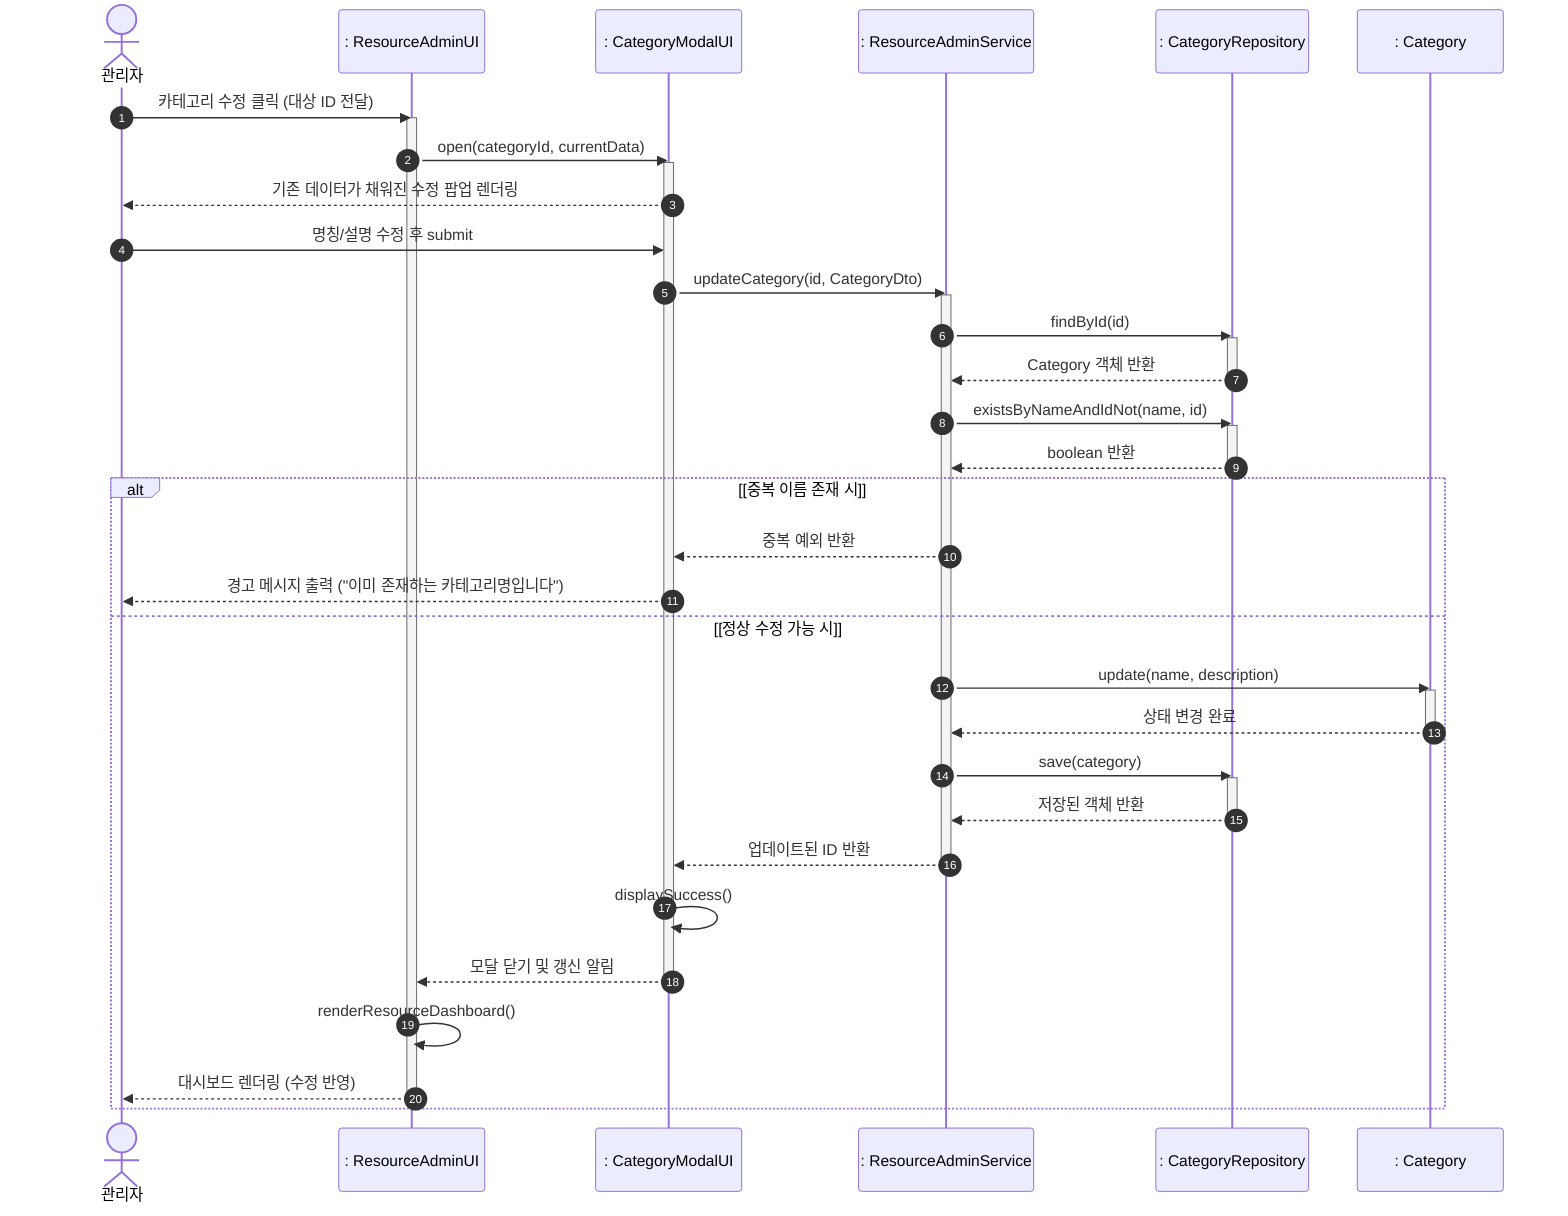
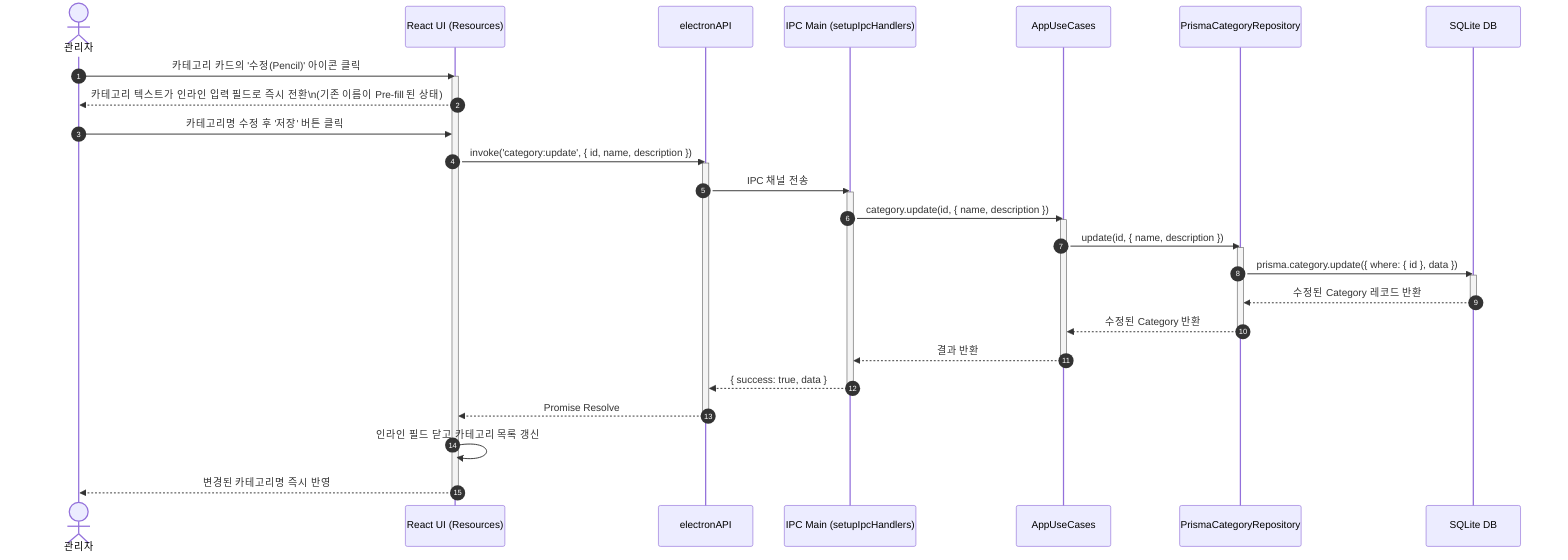
sequenceDiagram
    autonumber
    actor Admin as 관리자
-     participant UI as : ResourceAdminUI
-     participant Modal as : CategoryModalUI
-     participant Service as : ResourceAdminService
-     participant Repo as : CategoryRepository
-     participant Entity as : Category
+     participant UI as React UI (Resources)
+     participant Preload as electronAPI
+     participant IPC as IPC Main (setupIpcHandlers)
+     participant UC as AppUseCases
+     participant Repo as PrismaCategoryRepository
+     participant DB as SQLite DB

-     Admin->>UI: 카테고리 수정 클릭 (대상 ID 전달)
+     Admin->>UI: 카테고리 카드의 '수정(Pencil)' 아이콘 클릭
    activate UI
-     UI->>Modal: open(categoryId, currentData)
-     activate Modal
-     Modal-->>Admin: 기존 데이터가 채워진 수정 팝업 렌더링
+     UI-->>Admin: 카테고리 텍스트가 인라인 입력 필드로 즉시 전환\n(기존 이름이 Pre-fill 된 상태)

-     Admin->>Modal: 명칭/설명 수정 후 submit
-     Modal->>Service: updateCategory(id, CategoryDto)
-     activate Service
- 
-     %% 1. 기존 데이터 조회
-     Service->>Repo: findById(id)
+     Admin->>UI: 카테고리명 수정 후 '저장' 버튼 클릭
+     UI->>Preload: invoke('category:update', { id, name, description })
+     activate Preload
+     Preload->>IPC: IPC 채널 전송
+     activate IPC
+     IPC->>UC: category.update(id, { name, description })
+     activate UC
+     UC->>Repo: update(id, { name, description })
    activate Repo
-     Repo-->>Service: Category 객체 반환
+     Repo->>DB: prisma.category.update({ where: { id }, data })
+     activate DB
+     DB-->>Repo: 수정된 Category 레코드 반환
+     deactivate DB
+     Repo-->>UC: 수정된 Category 반환
    deactivate Repo
- 
-     %% 2. 이름 중복 검증 (자기 자신 제외)
-     Service->>Repo: existsByNameAndIdNot(name, id)
-     activate Repo
-     Repo-->>Service: boolean 반환
-     deactivate Repo
- 
-     alt [중복 이름 존재 시]
-         Service-->>Modal: 중복 예외 반환
-         Modal-->>Admin: 경고 메시지 출력 ("이미 존재하는 카테고리명입니다")
- 
-     else [정상 수정 가능 시]
-         %% 3. 엔티티 정보 업데이트
-         Service->>Entity: update(name, description)
-         activate Entity
-         Entity-->>Service: 상태 변경 완료
-         deactivate Entity
- 
-         %% 4. 영속화 및 결과 반환
-         Service->>Repo: save(category)
-         activate Repo
-         Repo-->>Service: 저장된 객체 반환
-         deactivate Repo
- 
-         Service-->>Modal: 업데이트된 ID 반환
-         deactivate Service
- 
-         Modal->>Modal: displaySuccess()
-         Modal-->>UI: 모달 닫기 및 갱신 알림
-         deactivate Modal
- 
-         UI->>UI: renderResourceDashboard()
-         UI-->>Admin: 대시보드 렌더링 (수정 반영)
-         deactivate UI
-     end
- 
+     UC-->>IPC: 결과 반환
+     deactivate UC
+     IPC-->>Preload: { success: true, data }
+     deactivate IPC
+     Preload-->>UI: Promise Resolve
+     deactivate Preload
+     UI->>UI: 인라인 필드 닫고 카테고리 목록 갱신
+     UI-->>Admin: 변경된 카테고리명 즉시 반영
+     deactivate UI
